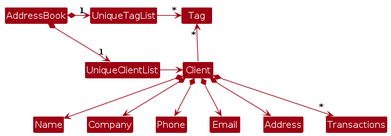
Before: diagrams/BetterModelClassDiagram.png, a diagram exported from PlantUML (AY22425S1-CS2103T-F13-4/tp). Its source is kept beside it as diagrams/BetterModelClassDiagram.puml.
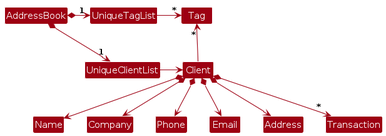
After the change.

Change to the diagram source:
```diff
@@ -19,5 +19,5 @@
 Client *--> Phone
 Client *--> Email
 Client *--> Address
-Client *--> "*" Transactions
+Client *--> "*" Transaction
 @enduml
```
